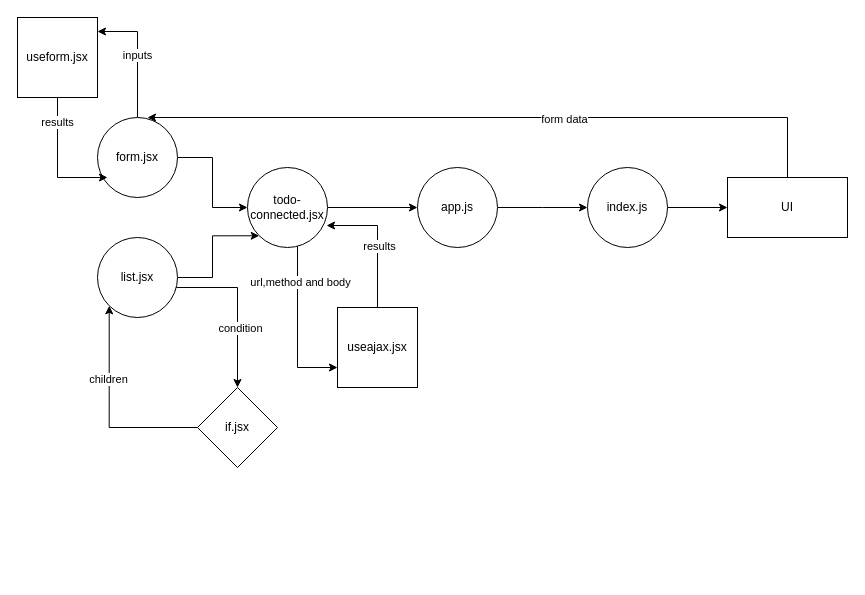
The draw.io diagram Untitled Diagram.drawio in emranaloul/hooks, before the edit. Source tidied: cells renumbered, new cells numbered last; positions are measured from the earlier drawing's top-left corner, leaving out a move shared by most shapes. Both pictures are drawn from the tidied source at 100%, with x=0, y=0 at pixel (17, 17).
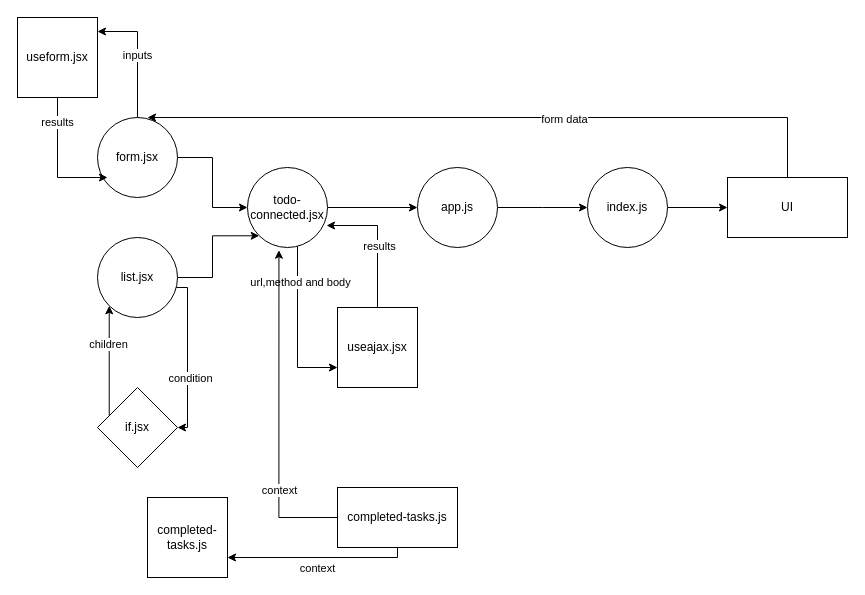
The same page after the edit.

Unchanged cells that the change refers to:
```xml
<mxCell id="9" value="list.jsx" style="ellipse;whiteSpace=wrap;html=1;" parent="1" vertex="1">
  <mxGeometry x="80" y="220" width="80" height="80" as="geometry" />
</mxCell>
<mxCell id="13" value="todo-connected.jsx" style="ellipse;whiteSpace=wrap;html=1;" parent="1" vertex="1">
  <mxGeometry x="230" y="150" width="80" height="80" as="geometry" />
</mxCell>
```

Change to the diagram source:
```diff
@@
     <mxCell id="7" style="edgeStyle=orthogonalEdgeStyle;rounded=0;jettySize=auto;html=1;" parent="1" edge="1" source="9" target="16">
       <mxGeometry relative="1" as="geometry">
         <Array as="points">
-          <mxPoint x="220" y="270" />
+          <mxPoint x="170" y="270" />
+          <mxPoint x="170" y="410" />
         </Array>
       </mxGeometry>
     </mxCell>
@@
     <mxCell id="16" value="if.jsx" style="rhombus;whiteSpace=wrap;html=1;" parent="1" vertex="1">
-      <mxGeometry x="180" y="370" width="80" height="80" as="geometry" />
+      <mxGeometry x="80" y="370" width="80" height="80" as="geometry" />
     </mxCell>
@@
+    <mxCell id="30" style="edgeStyle=orthogonalEdgeStyle;rounded=0;jettySize=auto;html=1;entryX=0.393;entryY=1.034;entryDx=0;entryDy=0;entryPerimeter=0;" parent="1" edge="1" source="34" target="13">
+      <mxGeometry relative="1" as="geometry" />
+    </mxCell>
+    <mxCell id="31" value="context" style="edgeLabel;html=1;align=center;verticalAlign=middle;" parent="30" vertex="1">
+      <mxGeometry x="-0.47" relative="1" as="geometry" />
+    </mxCell>
+    <mxCell id="32" style="edgeStyle=orthogonalEdgeStyle;rounded=0;jettySize=auto;html=1;" parent="1" edge="1" source="34">
+      <mxGeometry relative="1" as="geometry">
+        <mxPoint x="210" y="540" as="targetPoint" />
+        <Array as="points">
+          <mxPoint x="380" y="540" />
+        </Array>
+      </mxGeometry>
+    </mxCell>
+    <mxCell id="33" value="context" style="edgeLabel;html=1;align=center;verticalAlign=middle;" parent="32" vertex="1">
+      <mxGeometry x="-0.4" relative="1" as="geometry">
+        <mxPoint x="-37" y="10" as="offset" />
+      </mxGeometry>
+    </mxCell>
+    <mxCell id="34" value="completed-tasks.js" style="rounded=0;whiteSpace=wrap;html=1;" parent="1" vertex="1">
+      <mxGeometry x="320" y="470" width="120" height="60" as="geometry" />
+    </mxCell>
+    <mxCell id="35" value="completed-tasks.js" style="whiteSpace=wrap;html=1;" parent="1" vertex="1">
+      <mxGeometry x="130" y="480" width="80" height="80" as="geometry" />
+    </mxCell>
```
